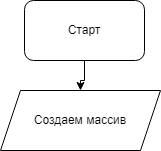
Earlier version of the draw.io export СхемаКонстрольнойРаботы.png (aarkin002/cSharp_VerificationWork). Source tidied: cells renumbered, new cells last; positions are measured from the earlier drawing's top-left corner, leaving out a move shared by most shapes. Source of this version:
```xml
<mxGraphModel>
  <root>
    <mxCell id="0" />
    <mxCell id="1" parent="0" />
    <mxCell id="2" style="edgeStyle=orthogonalEdgeStyle;rounded=0;jettySize=auto;html=1;" parent="1" edge="1" source="3" target="4">
      <mxGeometry relative="1" as="geometry" />
    </mxCell>
    <mxCell id="3" value="Старт" style="rounded=1;whiteSpace=wrap;html=1;" parent="1" vertex="1">
      <mxGeometry x="24" width="120" height="60" as="geometry" />
    </mxCell>
    <mxCell id="4" value="Создаем массив" style="shape=parallelogram;perimeter=parallelogramPerimeter;whiteSpace=wrap;html=1;fixedSize=1;" parent="1" vertex="1">
      <mxGeometry y="90" width="160" height="60" as="geometry" />
    </mxCell>
  </root>
</mxGraphModel>
```
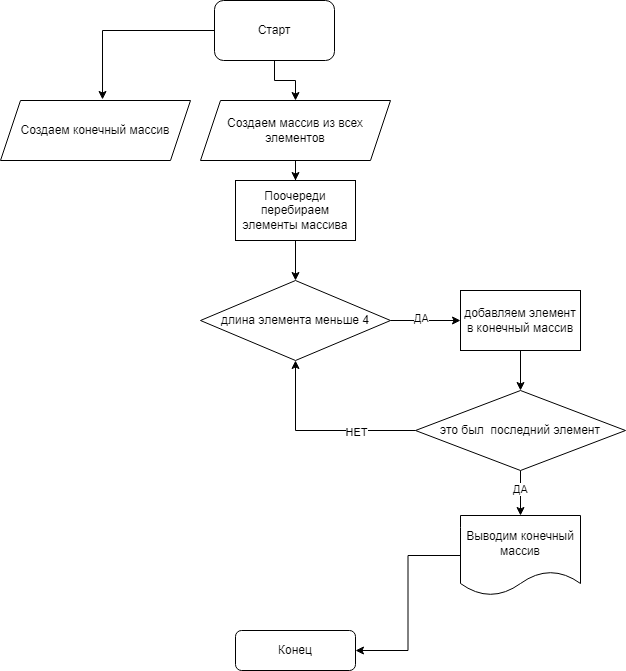
Above is the later version.

Commit message:
Нарисовали схему программы

What changed in the source:
```diff
@@ -5,11 +5,65 @@
     <mxCell id="2" style="edgeStyle=orthogonalEdgeStyle;rounded=0;jettySize=auto;html=1;" parent="1" edge="1" source="3" target="4">
       <mxGeometry relative="1" as="geometry" />
     </mxCell>
+    <mxCell id="5" style="edgeStyle=orthogonalEdgeStyle;rounded=0;jettySize=auto;html=1;entryX=0.537;entryY=-0.017;entryDx=0;entryDy=0;entryPerimeter=0;" parent="1" edge="1" source="3" target="7">
+      <mxGeometry relative="1" as="geometry" />
+    </mxCell>
     <mxCell id="3" value="Старт" style="rounded=1;whiteSpace=wrap;html=1;" parent="1" vertex="1">
       <mxGeometry x="24" width="120" height="60" as="geometry" />
     </mxCell>
+    <mxCell id="6" style="edgeStyle=orthogonalEdgeStyle;rounded=0;jettySize=auto;html=1;" parent="1" edge="1" source="4" target="9">
+      <mxGeometry relative="1" as="geometry" />
+    </mxCell>
-    <mxCell id="4" value="Создаем массив" style="shape=parallelogram;perimeter=parallelogramPerimeter;whiteSpace=wrap;html=1;fixedSize=1;" parent="1" vertex="1">
-      <mxGeometry y="90" width="160" height="60" as="geometry" />
+    <mxCell id="4" value="Создаем массив из всех элементов" style="shape=parallelogram;perimeter=parallelogramPerimeter;whiteSpace=wrap;html=1;fixedSize=1;" parent="1" vertex="1">
+      <mxGeometry x="10" y="100" width="190" height="60" as="geometry" />
     </mxCell>
+    <mxCell id="7" value="Создаем конечный массив" style="shape=parallelogram;perimeter=parallelogramPerimeter;whiteSpace=wrap;html=1;fixedSize=1;" parent="1" vertex="1">
+      <mxGeometry x="-190" y="100" width="190" height="60" as="geometry" />
+    </mxCell>
+    <mxCell id="8" style="edgeStyle=orthogonalEdgeStyle;rounded=0;jettySize=auto;html=1;" parent="1" edge="1" source="9" target="12">
+      <mxGeometry relative="1" as="geometry" />
+    </mxCell>
+    <mxCell id="9" value="Поочереди перебираем элементы массива" style="rounded=0;whiteSpace=wrap;html=1;" parent="1" vertex="1">
+      <mxGeometry x="45" y="180" width="120" height="60" as="geometry" />
+    </mxCell>
+    <mxCell id="10" style="edgeStyle=orthogonalEdgeStyle;rounded=0;jettySize=auto;html=1;" parent="1" edge="1" source="12" target="14">
+      <mxGeometry relative="1" as="geometry" />
+    </mxCell>
+    <mxCell id="11" value="ДА" style="edgeLabel;html=1;align=center;verticalAlign=middle;" parent="10" vertex="1">
+      <mxGeometry x="-0.14" y="3" relative="1" as="geometry" />
+    </mxCell>
+    <mxCell id="12" value="длина элемента меньше 4" style="rhombus;whiteSpace=wrap;html=1;" parent="1" vertex="1">
+      <mxGeometry x="10" y="280" width="190" height="80" as="geometry" />
+    </mxCell>
+    <mxCell id="13" style="edgeStyle=orthogonalEdgeStyle;rounded=0;jettySize=auto;html=1;" parent="1" edge="1" source="14" target="19">
+      <mxGeometry relative="1" as="geometry" />
+    </mxCell>
+    <mxCell id="14" value="добавляем элемент в конечный массив" style="rounded=0;whiteSpace=wrap;html=1;" parent="1" vertex="1">
+      <mxGeometry x="270" y="290" width="120" height="60" as="geometry" />
+    </mxCell>
+    <mxCell id="15" style="edgeStyle=orthogonalEdgeStyle;rounded=0;jettySize=auto;html=1;entryX=0.5;entryY=1;entryDx=0;entryDy=0;" parent="1" edge="1" source="19" target="12">
+      <mxGeometry relative="1" as="geometry" />
+    </mxCell>
+    <mxCell id="16" value="НЕТ" style="edgeLabel;html=1;align=center;verticalAlign=middle;" parent="15" vertex="1">
+      <mxGeometry x="-0.37" y="1" relative="1" as="geometry" />
+    </mxCell>
+    <mxCell id="17" style="edgeStyle=orthogonalEdgeStyle;rounded=0;jettySize=auto;html=1;" parent="1" edge="1" source="19" target="21">
+      <mxGeometry relative="1" as="geometry" />
+    </mxCell>
+    <mxCell id="18" value="ДА" style="edgeLabel;html=1;align=center;verticalAlign=middle;" parent="17" vertex="1">
+      <mxGeometry x="-0.2" y="-1" relative="1" as="geometry" />
+    </mxCell>
+    <mxCell id="19" value="это был&amp;nbsp; последний элемент" style="rhombus;whiteSpace=wrap;html=1;" parent="1" vertex="1">
+      <mxGeometry x="225" y="390" width="210" height="80" as="geometry" />
+    </mxCell>
+    <mxCell id="20" style="edgeStyle=orthogonalEdgeStyle;rounded=0;jettySize=auto;html=1;entryX=1;entryY=0.5;entryDx=0;entryDy=0;" parent="1" edge="1" source="21" target="22">
+      <mxGeometry relative="1" as="geometry" />
+    </mxCell>
+    <mxCell id="21" value="Выводим конечный массив" style="shape=document;whiteSpace=wrap;html=1;boundedLbl=1;" parent="1" vertex="1">
+      <mxGeometry x="270" y="515" width="120" height="80" as="geometry" />
+    </mxCell>
+    <mxCell id="22" value="Конец" style="rounded=1;whiteSpace=wrap;html=1;fontSize=12;glass=0;strokeWidth=1;shadow=0;" parent="1" vertex="1">
+      <mxGeometry x="45" y="630" width="120" height="40" as="geometry" />
+    </mxCell>
   </root>
 </mxGraphModel>
```
